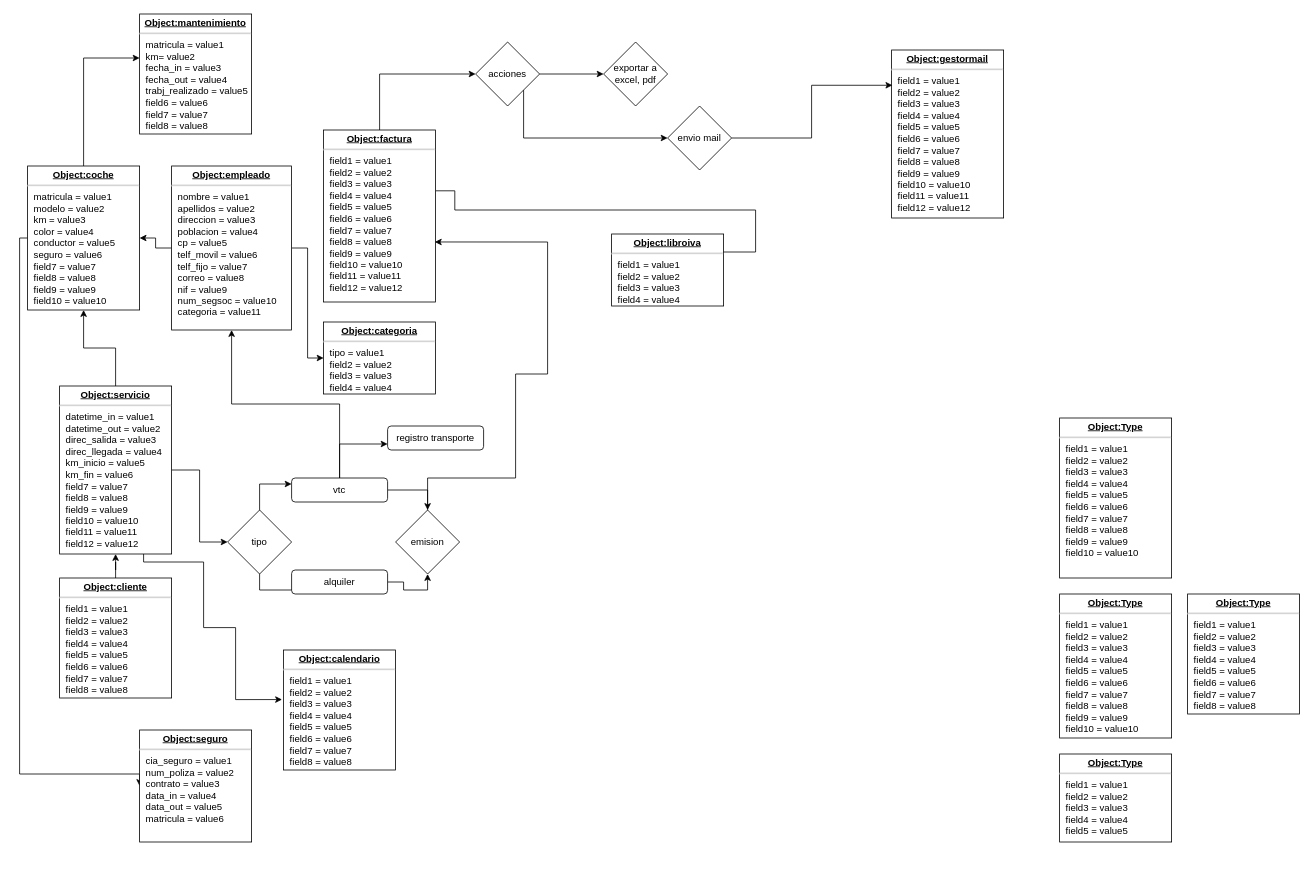
The draw.io diagram database/rentcar_uml.html(5)(1).drawio in davidsolanes2/rentcar, before the edit. Source tidied: cells renumbered, new cells numbered last; positions are measured from the earlier drawing's top-left corner, leaving out a move shared by most shapes. Both pictures are drawn from the tidied source at 80%, with x=0, y=0 at pixel (19, 14).
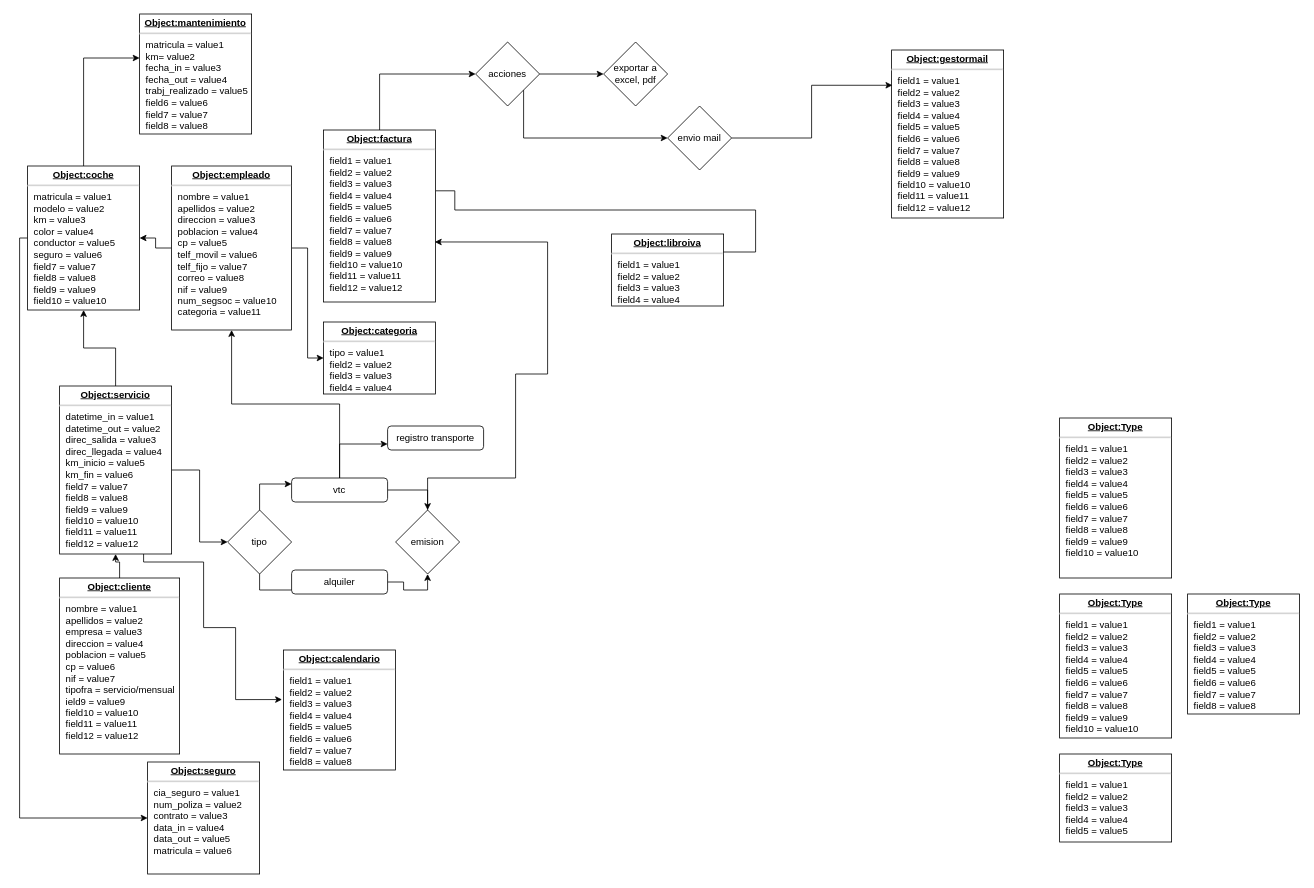
Above is the later version.

The change refers to these unchanged cells:
```xml
<mxCell id="4" value="&lt;p style=&quot;margin: 0px ; margin-top: 4px ; text-align: center ; text-decoration: underline&quot;&gt;&lt;b&gt;Object:coche&lt;/b&gt;&lt;/p&gt;&lt;hr&gt;&lt;p style=&quot;margin: 0px ; margin-left: 8px&quot;&gt;matricula = value1&lt;br&gt;modelo = value2&lt;br&gt;km = value3&lt;/p&gt;&lt;p style=&quot;margin: 0px ; margin-left: 8px&quot;&gt;color = value4&lt;br&gt;&lt;/p&gt;&lt;p style=&quot;margin: 0px ; margin-left: 8px&quot;&gt;conductor = value5&lt;br&gt;&lt;/p&gt;&lt;p style=&quot;margin: 0px ; margin-left: 8px&quot;&gt;seguro = value6&lt;br&gt;&lt;/p&gt;&lt;p style=&quot;margin: 0px ; margin-left: 8px&quot;&gt;field7 = value7&lt;br&gt;&lt;/p&gt;&lt;p style=&quot;margin: 0px ; margin-left: 8px&quot;&gt;field8 = value8&lt;br&gt;&lt;/p&gt;&lt;p style=&quot;margin: 0px ; margin-left: 8px&quot;&gt;field9 = value9&lt;br&gt;&lt;/p&gt;&lt;p style=&quot;margin: 0px ; margin-left: 8px&quot;&gt;field10 = value10&lt;/p&gt;" style="verticalAlign=top;align=left;overflow=fill;fontSize=12;fontFamily=Helvetica;html=1;rounded=0;shadow=0;comic=0;labelBackgroundColor=none;strokeWidth=1;" parent="1" vertex="1">
  <mxGeometry x="10" y="190" width="140" height="180" as="geometry" />
</mxCell>
```

Diff of the diagram source:
```diff
@@
     <mxCell id="3" style="edgeStyle=orthogonalEdgeStyle;rounded=0;jettySize=auto;html=1;entryX=0;entryY=0.5;entryDx=0;entryDy=0;" parent="1" edge="1" source="4" target="25">
       <mxGeometry relative="1" as="geometry">
         <Array as="points">
           <mxPoint y="280" />
-          <mxPoint y="950" />
+          <mxPoint y="1005" />
         </Array>
       </mxGeometry>
     </mxCell>
@@
-    <mxCell id="6" value="&lt;p style=&quot;margin: 0px ; margin-top: 4px ; text-align: center ; text-decoration: underline&quot;&gt;&lt;b&gt;Object:cliente&lt;/b&gt;&lt;/p&gt;&lt;hr&gt;&lt;p style=&quot;margin: 0px ; margin-left: 8px&quot;&gt;field1 = value1&lt;br&gt;field2 = value2&lt;br&gt;field3 = value3&lt;/p&gt;&lt;p style=&quot;margin: 0px ; margin-left: 8px&quot;&gt;field4 = value4&lt;br&gt;&lt;/p&gt;&lt;p style=&quot;margin: 0px ; margin-left: 8px&quot;&gt;field5 = value5&lt;br&gt;&lt;/p&gt;&lt;p style=&quot;margin: 0px ; margin-left: 8px&quot;&gt;field6 = value6&lt;br&gt;&lt;/p&gt;&lt;p style=&quot;margin: 0px ; margin-left: 8px&quot;&gt;field7 = value7&lt;br&gt;&lt;/p&gt;&lt;p style=&quot;margin: 0px ; margin-left: 8px&quot;&gt;field8 = value8&lt;/p&gt;" style="verticalAlign=top;align=left;overflow=fill;fontSize=12;fontFamily=Helvetica;html=1;rounded=0;shadow=0;comic=0;labelBackgroundColor=none;strokeWidth=1;" parent="1" vertex="1">
-      <mxGeometry x="50" y="705" width="140" height="150" as="geometry" />
+    <mxCell id="6" value="&lt;p style=&quot;margin: 0px ; margin-top: 4px ; text-align: center ; text-decoration: underline&quot;&gt;&lt;b&gt;Object:cliente&lt;/b&gt;&lt;/p&gt;&lt;hr&gt;&lt;p style=&quot;margin: 0px ; margin-left: 8px&quot;&gt;nombre = value1&lt;br&gt;apellidos = value2&lt;br&gt;empresa = value3&lt;/p&gt;&lt;p style=&quot;margin: 0px ; margin-left: 8px&quot;&gt;direccion = value4&lt;br&gt;&lt;/p&gt;&lt;p style=&quot;margin: 0px ; margin-left: 8px&quot;&gt;poblacion = value5&lt;br&gt;&lt;/p&gt;&lt;p style=&quot;margin: 0px ; margin-left: 8px&quot;&gt;cp = value6&lt;br&gt;&lt;/p&gt;&lt;p style=&quot;margin: 0px ; margin-left: 8px&quot;&gt;nif = value7&lt;br&gt;&lt;/p&gt;&lt;p style=&quot;margin: 0px ; margin-left: 8px&quot;&gt;tipofra = servicio/mensual&lt;/p&gt;&lt;p style=&quot;margin: 0px ; margin-left: 8px&quot;&gt;ield9 = value9&lt;br&gt;&lt;/p&gt;&lt;p style=&quot;margin: 0px ; margin-left: 8px&quot;&gt;field10 = value10&lt;br&gt;&lt;/p&gt;&lt;p style=&quot;margin: 0px ; margin-left: 8px&quot;&gt;field11 = value11&lt;br&gt;&lt;/p&gt;&lt;p style=&quot;margin: 0px ; margin-left: 8px&quot;&gt;field12 = value12&lt;/p&gt;" style="verticalAlign=top;align=left;overflow=fill;fontSize=12;fontFamily=Helvetica;html=1;rounded=0;shadow=0;comic=0;labelBackgroundColor=none;strokeWidth=1;" parent="1" vertex="1">
+      <mxGeometry x="50" y="705" width="150" height="220" as="geometry" />
     </mxCell>
@@
     <mxCell id="25" value="&lt;p style=&quot;margin: 0px ; margin-top: 4px ; text-align: center ; text-decoration: underline&quot;&gt;&lt;b&gt;Object:seguro&lt;/b&gt;&lt;/p&gt;&lt;hr&gt;&lt;p style=&quot;margin: 0px ; margin-left: 8px&quot;&gt;cia_seguro = value1&lt;br&gt;num_poliza = value2&lt;br&gt;contrato = value3&lt;/p&gt;&lt;p style=&quot;margin: 0px ; margin-left: 8px&quot;&gt;data_in = value4&lt;br&gt;&lt;/p&gt;&lt;p style=&quot;margin: 0px ; margin-left: 8px&quot;&gt;data_out = value5&lt;/p&gt;&lt;p style=&quot;margin: 0px ; margin-left: 8px&quot;&gt;matricula = value6&lt;br&gt;&lt;/p&gt;" style="verticalAlign=top;align=left;overflow=fill;fontSize=12;fontFamily=Helvetica;html=1;rounded=0;shadow=0;comic=0;labelBackgroundColor=none;strokeWidth=1;" parent="1" vertex="1">
-      <mxGeometry x="150" y="895" width="140" height="140" as="geometry" />
+      <mxGeometry x="160" y="935" width="140" height="140" as="geometry" />
     </mxCell>
```
